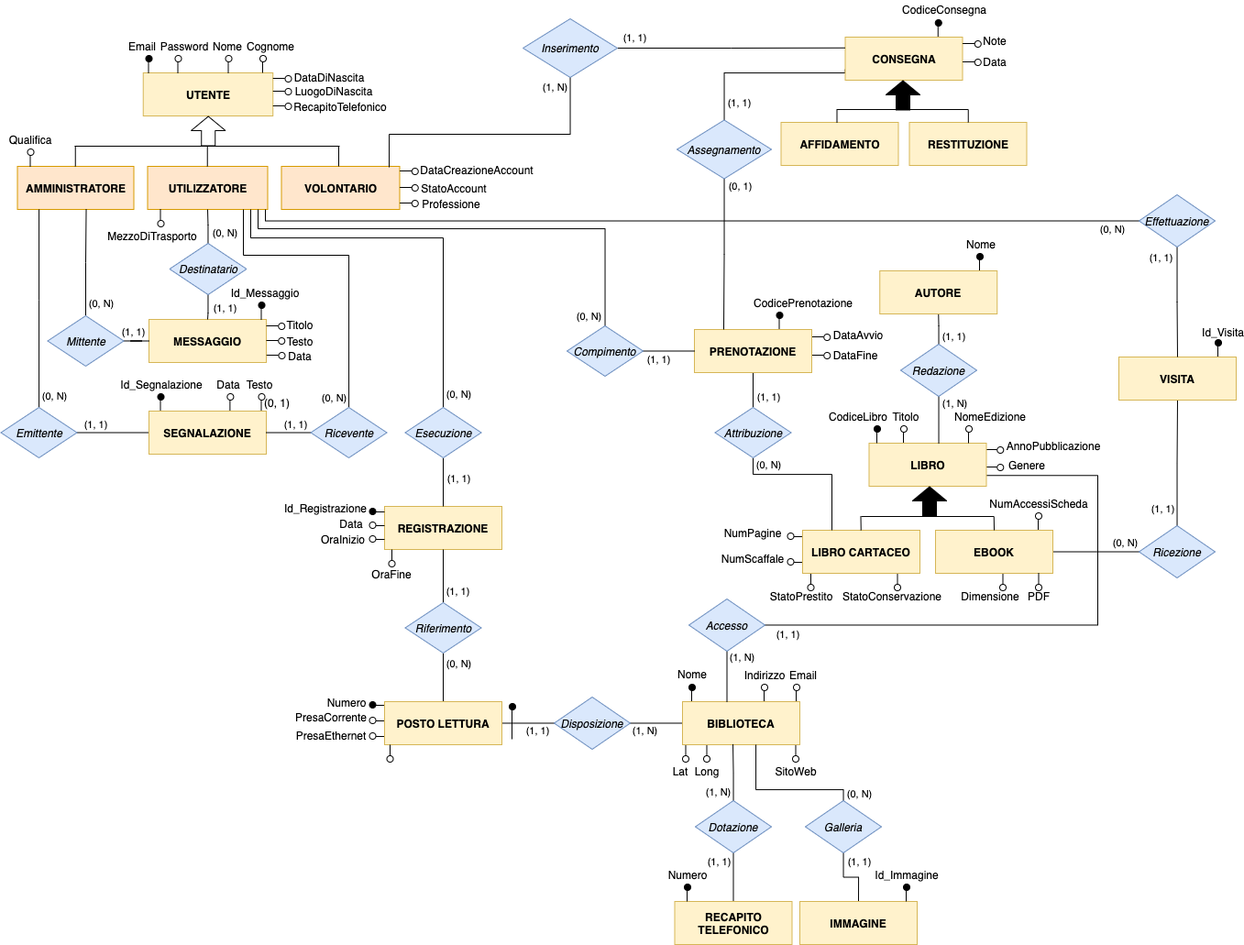
Before: ModelloER/DiagrammaDrawio.png, a diagram exported from draw.io (alessioarcara/Progetto_Basi_Dati). Source tidied: cells renumbered, new cells last; positions are measured from the earlier drawing's top-left corner, leaving out a move shared by most shapes.
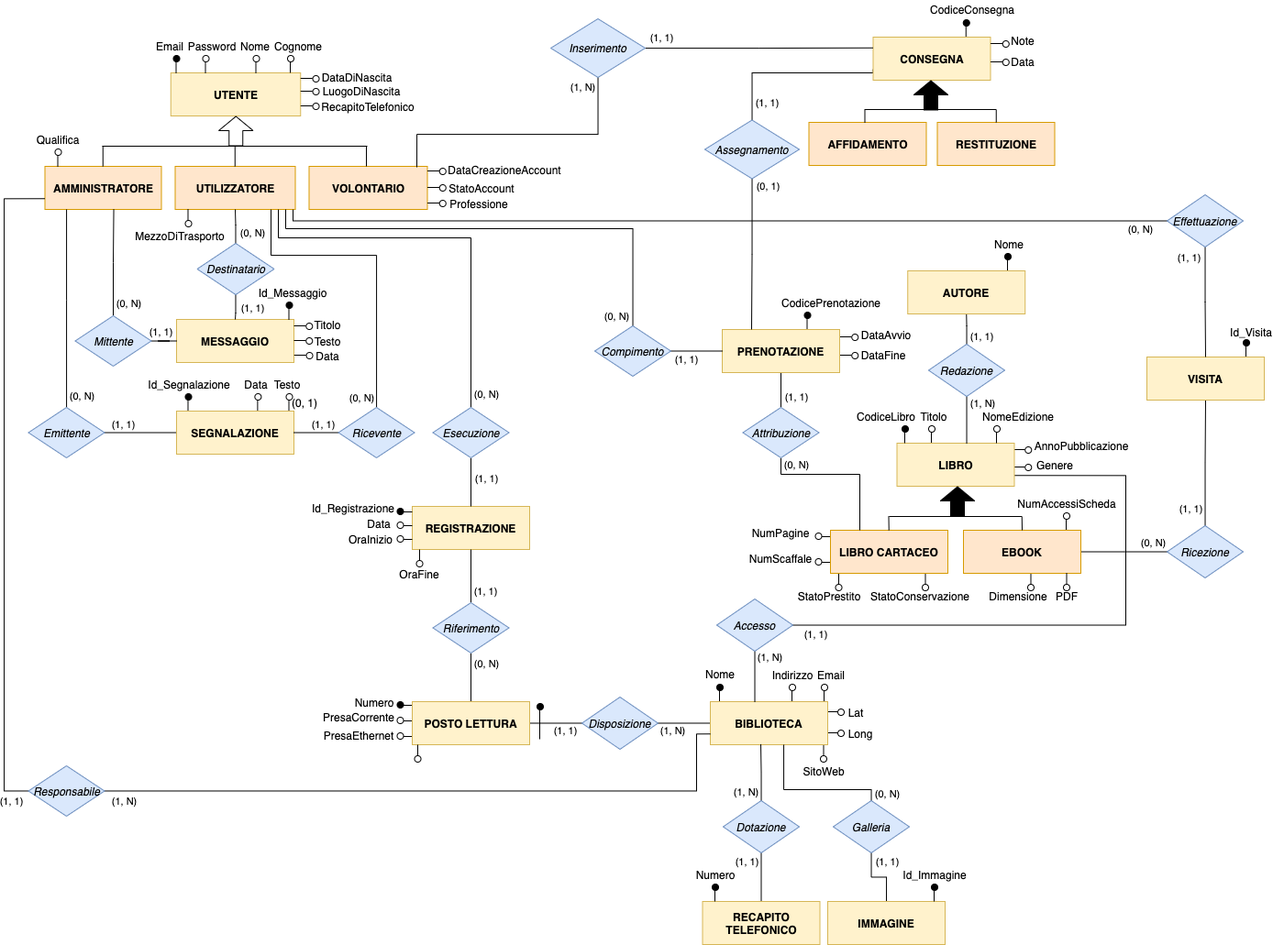
Later version of the same file.

Commit message:
Sistemazione diagramma ER

The edit, as a diff of the source:
```diff
@@ -620,21 +620,21 @@
     </mxCell>
     <mxCell id="147" style="endArrow=none;html=1;" parent="1" edge="1">
       <mxGeometry relative="1" as="geometry">
-        <mxPoint x="747.5" y="824" as="sourcePoint" />
-        <mxPoint x="747.5" y="812" as="targetPoint" />
+        <mxPoint x="883" y="776" as="sourcePoint" />
+        <mxPoint x="872" y="776" as="targetPoint" />
       </mxGeometry>
     </mxCell>
     <mxCell id="148" style="ellipse;whiteSpace=wrap;html=1;fillColor=#FFFFFF;" parent="1" vertex="1">
-      <mxGeometry x="744" y="824" width="7" height="7" as="geometry" />
+      <mxGeometry x="883" y="773" width="7" height="7" as="geometry" />
     </mxCell>
     <mxCell id="149" style="endArrow=none;html=1;" parent="1" edge="1">
       <mxGeometry relative="1" as="geometry">
-        <mxPoint x="770.5" y="824" as="sourcePoint" />
-        <mxPoint x="770.5" y="812" as="targetPoint" />
+        <mxPoint x="883" y="799" as="sourcePoint" />
+        <mxPoint x="872" y="799" as="targetPoint" />
       </mxGeometry>
     </mxCell>
     <mxCell id="150" style="ellipse;whiteSpace=wrap;html=1;fillColor=#FFFFFF;" parent="1" vertex="1">
-      <mxGeometry x="767" y="824" width="7" height="7" as="geometry" />
+      <mxGeometry x="883" y="796" width="7" height="7" as="geometry" />
     </mxCell>
     <mxCell id="151" style="endArrow=none;html=1;" parent="1" edge="1">
       <mxGeometry relative="1" as="geometry">
@@ -696,10 +696,10 @@
       <mxGeometry x="744" y="765" width="128" height="47" as="geometry" />
     </mxCell>
     <mxCell id="166" value="Lat" style="text;html=1;strokeColor=none;fillColor=none;align=center;verticalAlign=middle;whiteSpace=wrap;rounded=0;" parent="1" vertex="1">
-      <mxGeometry x="722" y="831" width="40" height="20" as="geometry" />
+      <mxGeometry x="883" y="766.5" width="40" height="20" as="geometry" />
     </mxCell>
     <mxCell id="167" value="Long" style="text;html=1;strokeColor=none;fillColor=none;align=center;verticalAlign=middle;whiteSpace=wrap;rounded=0;" parent="1" vertex="1">
-      <mxGeometry x="751" y="831" width="40" height="20" as="geometry" />
+      <mxGeometry x="887.5" y="789.5" width="40" height="20" as="geometry" />
     </mxCell>
     <mxCell id="168" value="SitoWeb" style="text;html=1;strokeColor=none;fillColor=none;align=center;verticalAlign=middle;whiteSpace=wrap;rounded=0;" parent="1" vertex="1">
       <mxGeometry x="847.5" y="831" width="40" height="20" as="geometry" />
@@ -891,7 +891,7 @@
     <mxCell id="214" value="Genere" style="text;html=1;strokeColor=none;fillColor=none;align=center;verticalAlign=middle;whiteSpace=wrap;rounded=0;" parent="1" vertex="1">
       <mxGeometry x="1100" y="496.5" width="40" height="20" as="geometry" />
     </mxCell>
-    <mxCell id="215" value="LIBRO CARTACEO" style="rounded=0;whiteSpace=wrap;html=1;fillColor=#fff2cc;strokeColor=#d6b656;fontStyle=1;" parent="1" vertex="1">
+    <mxCell id="215" value="LIBRO CARTACEO" style="rounded=0;whiteSpace=wrap;html=1;fillColor=#ffe6cc;strokeColor=#d79b00;fontStyle=1;" parent="1" vertex="1">
       <mxGeometry x="875" y="578" width="128" height="47" as="geometry" />
     </mxCell>
     <mxCell id="216" style="edgeStyle=orthogonalEdgeStyle;rounded=0;jettySize=auto;html=1;entryX=0;entryY=0.5;entryDx=0;entryDy=0;endArrow=none;endFill=0;fillColor=#000000;" parent="1" edge="1" source="218" target="241">
@@ -902,7 +902,7 @@
         <mxPoint x="0.5" y="-10.5" as="offset" />
       </mxGeometry>
     </mxCell>
-    <mxCell id="218" value="EBOOK" style="rounded=0;whiteSpace=wrap;html=1;fillColor=#fff2cc;strokeColor=#d6b656;fontStyle=1;" parent="1" vertex="1">
+    <mxCell id="218" value="EBOOK" style="rounded=0;whiteSpace=wrap;html=1;fillColor=#ffe6cc;strokeColor=#d79b00;fontStyle=1;" parent="1" vertex="1">
       <mxGeometry x="1020" y="578" width="128" height="47" as="geometry" />
     </mxCell>
     <mxCell id="219" style="endArrow=none;html=1;" parent="1" edge="1">
@@ -1112,10 +1112,10 @@
     <mxCell id="268" value="CONSEGNA" style="rounded=0;whiteSpace=wrap;html=1;fillColor=#fff2cc;strokeColor=#d6b656;fontStyle=1;" parent="1" vertex="1">
       <mxGeometry x="921.5" y="40" width="128" height="47" as="geometry" />
     </mxCell>
-    <mxCell id="269" value="AFFIDAMENTO" style="rounded=0;whiteSpace=wrap;html=1;fillColor=#fff2cc;strokeColor=#d6b656;fontStyle=1;" parent="1" vertex="1">
+    <mxCell id="269" value="AFFIDAMENTO" style="rounded=0;whiteSpace=wrap;html=1;fillColor=#ffe6cc;strokeColor=#d79b00;fontStyle=1;" parent="1" vertex="1">
       <mxGeometry x="851.5" y="133" width="128" height="47" as="geometry" />
     </mxCell>
-    <mxCell id="270" value="RESTITUZIONE" style="rounded=0;whiteSpace=wrap;html=1;fillColor=#fff2cc;strokeColor=#d6b656;fontStyle=1;" parent="1" vertex="1">
+    <mxCell id="270" value="RESTITUZIONE" style="rounded=0;whiteSpace=wrap;html=1;fillColor=#ffe6cc;strokeColor=#d79b00;fontStyle=1;" parent="1" vertex="1">
       <mxGeometry x="991.5" y="133" width="128" height="47" as="geometry" />
     </mxCell>
     <mxCell id="271" style="endArrow=none;html=1;fillColor=#000000;" parent="1" edge="1">
@@ -1193,5 +1193,34 @@
     <mxCell id="286" value="Inserimento" style="rhombus;whiteSpace=wrap;html=1;fillColor=#dae8fc;strokeColor=#6c8ebf;fontStyle=2;" parent="1" vertex="1">
       <mxGeometry x="570" y="20" width="103" height="64" as="geometry" />
     </mxCell>
+    <mxCell id="287" style="edgeStyle=orthogonalEdgeStyle;rounded=0;jettySize=auto;html=1;entryX=0;entryY=0.75;entryDx=0;entryDy=0;endArrow=none;endFill=0;" parent="1" edge="1" source="291" target="3">
+      <mxGeometry relative="1" as="geometry">
+        <Array as="points">
+          <mxPoint x="-26" y="863" />
+          <mxPoint x="-26" y="216" />
+        </Array>
+      </mxGeometry>
+    </mxCell>
+    <mxCell id="288" value="(1, 1)" style="edgeLabel;html=1;align=center;verticalAlign=middle;" parent="287" vertex="1">
+      <mxGeometry x="-0.87" y="-1" relative="1" as="geometry">
+        <mxPoint x="6" y="30" as="offset" />
+      </mxGeometry>
+    </mxCell>
+    <mxCell id="289" style="edgeStyle=orthogonalEdgeStyle;rounded=0;jettySize=auto;html=1;entryX=0;entryY=0.75;entryDx=0;entryDy=0;endArrow=none;endFill=0;" parent="1" edge="1" source="291" target="165">
+      <mxGeometry relative="1" as="geometry">
+        <Array as="points">
+          <mxPoint x="729" y="863" />
+          <mxPoint x="729" y="800" />
+        </Array>
+      </mxGeometry>
+    </mxCell>
+    <mxCell id="290" value="(1, N)" style="edgeLabel;html=1;align=center;verticalAlign=middle;" parent="289" vertex="1">
+      <mxGeometry x="-0.89" y="2" relative="1" as="geometry">
+        <mxPoint x="-20.5" y="12.5" as="offset" />
+      </mxGeometry>
+    </mxCell>
+    <mxCell id="291" value="Responsabile" style="rhombus;whiteSpace=wrap;html=1;fillColor=#dae8fc;strokeColor=#6c8ebf;fontStyle=2;" parent="1" vertex="1">
+      <mxGeometry x="0.5" y="835" width="83" height="55" as="geometry" />
+    </mxCell>
   </root>
 </mxGraphModel>
```
